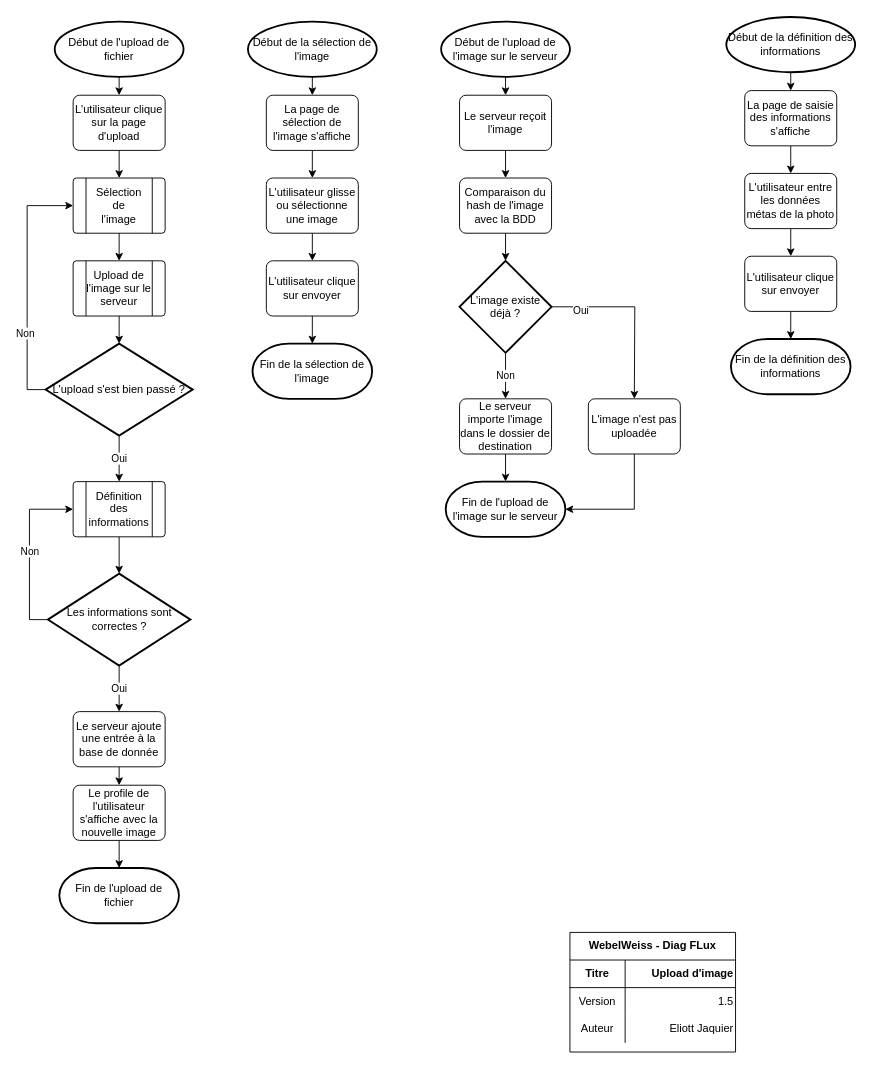
The draw.io diagram Documentation/Diagrammes/ProgWEB-CactusPic-V1.5-DiagrammesFlux.drawio in NicolasGlassey/PROJWEB_WEBELWEISS, before the edit. Source tidied: cells renumbered, new cells numbered last; positions are measured from the earlier drawing's top-left corner, leaving out a move shared by most shapes. Both pictures are drawn from the tidied source at 92%, with x=0, y=0 at pixel (45, 17).
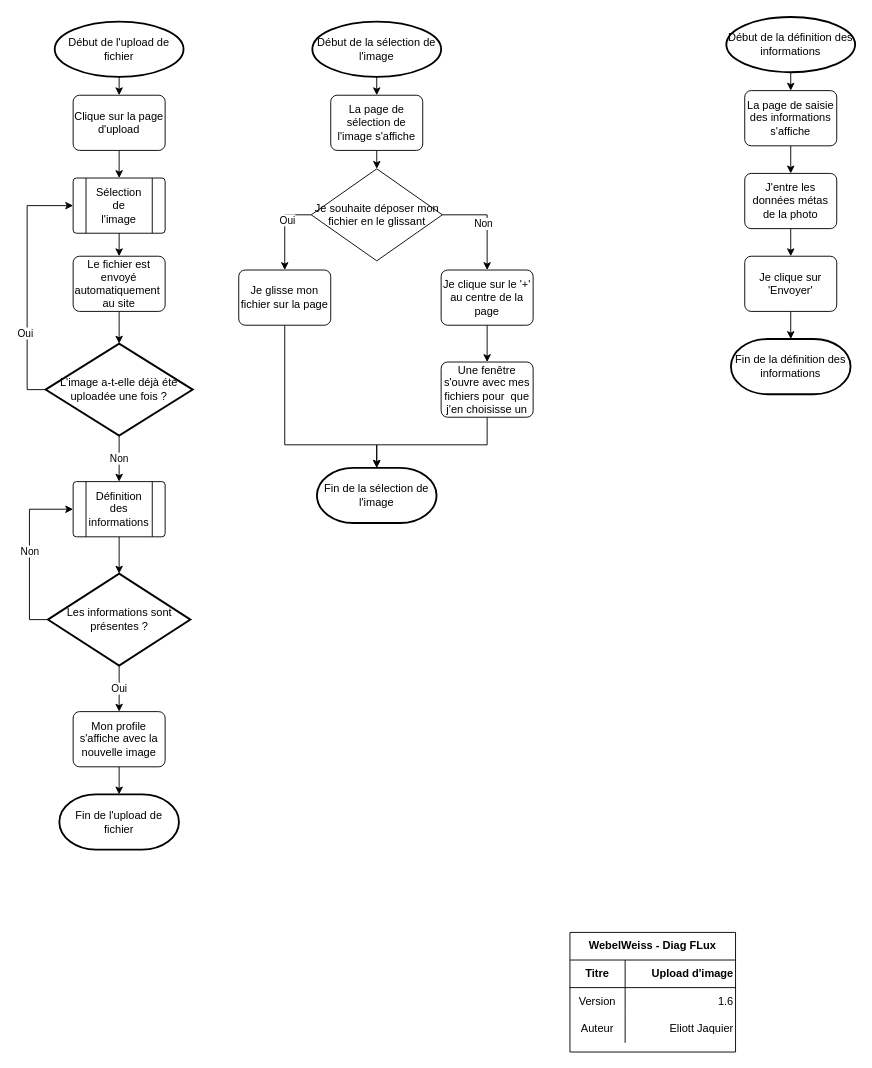
After the change.

Commit message (it also covers changes not shown here):
New flow chart for upload

The change refers to these unchanged cells:
```xml
<mxCell id="8" style="verticalLabelPosition=bottom;verticalAlign=top;html=1;shape=process;whiteSpace=wrap;rounded=1;size=0.14;arcSize=6;align=center;" parent="7" vertex="1">
  <mxGeometry width="100" height="60" as="geometry" />
</mxCell>
<mxCell id="31" style="edgeStyle=orthogonalEdgeStyle;rounded=0;jettySize=auto;html=1;exitX=0;exitY=0.5;exitDx=0;exitDy=0;exitPerimeter=0;entryX=0;entryY=0.5;entryDx=0;entryDy=0;" parent="1" edge="1" source="34" target="8">
  <mxGeometry relative="1" as="geometry" />
</mxCell>
<mxCell id="44" style="verticalLabelPosition=bottom;verticalAlign=top;html=1;shape=process;whiteSpace=wrap;rounded=1;size=0.14;arcSize=6;align=center;" parent="43" vertex="1">
  <mxGeometry width="100" height="60" as="geometry" />
</mxCell>
<mxCell id="67" style="shape=partialRectangle;html=1;whiteSpace=wrap;fillColor=none;top=0;left=0;bottom=0;right=0;" parent="63" vertex="1">
  <mxGeometry y="60" width="180" height="30" as="geometry" />
</mxCell>
```

What changed in the source:
```diff
@@
     <mxCell id="4" value="Fin de l'upload de fichier" style="strokeWidth=2;html=1;shape=mxgraph.flowchart.terminator;whiteSpace=wrap;" parent="1" vertex="1">
-      <mxGeometry x="15" y="925" width="130" height="60" as="geometry" />
+      <mxGeometry x="15" y="845" width="130" height="60" as="geometry" />
     </mxCell>
-    <mxCell id="5" style="edgeStyle=orthogonalEdgeStyle;rounded=0;jettySize=auto;html=1;exitX=0.5;exitY=1;exitDx=0;exitDy=0;entryX=0.5;entryY=0;entryDx=0;entryDy=0;" parent="1" edge="1" source="6" target="18">
-      <mxGeometry relative="1" as="geometry" />
-    </mxCell>
-    <mxCell id="6" value="L'utilisateur glisse ou sélectionne une image" style="rounded=1;whiteSpace=wrap;html=1;absoluteArcSize=1;arcSize=14;strokeWidth=1;" parent="1" vertex="1">
-      <mxGeometry x="240" y="175" width="100" height="60" as="geometry" />
-    </mxCell>
@@
     <mxCell id="11" value="Début de la sélection de l'image" style="strokeWidth=2;html=1;shape=mxgraph.flowchart.start_1;whiteSpace=wrap;" parent="1" vertex="1">
-      <mxGeometry x="220" y="5" width="140" height="60" as="geometry" />
+      <mxGeometry x="290" y="5" width="140" height="60" as="geometry" />
     </mxCell>
     <mxCell id="12" value="Fin de la sélection de l'image" style="strokeWidth=2;html=1;shape=mxgraph.flowchart.terminator;whiteSpace=wrap;" parent="1" vertex="1">
-      <mxGeometry x="225" y="355" width="130" height="60" as="geometry" />
+      <mxGeometry x="295" y="490" width="130" height="60" as="geometry" />
     </mxCell>
-    <mxCell id="13" style="edgeStyle=orthogonalEdgeStyle;rounded=0;jettySize=auto;html=1;exitX=0.5;exitY=1;exitDx=0;exitDy=0;entryX=0.5;entryY=0;entryDx=0;entryDy=0;" parent="1" edge="1" source="14" target="6">
-      <mxGeometry relative="1" as="geometry" />
-    </mxCell>
+    <mxCell id="73" style="edgeStyle=orthogonalEdgeStyle;rounded=0;jettySize=auto;html=1;exitX=0.5;exitY=1;exitDx=0;exitDy=0;entryX=0.5;entryY=0;entryDx=0;entryDy=0;" parent="1" edge="1" source="14" target="76">
+      <mxGeometry relative="1" as="geometry" />
+    </mxCell>
     <mxCell id="14" value="La page de sélection de l'image s'affiche" style="rounded=1;whiteSpace=wrap;html=1;absoluteArcSize=1;arcSize=14;strokeWidth=1;" parent="1" vertex="1">
-      <mxGeometry x="240" y="85" width="100" height="60" as="geometry" />
+      <mxGeometry x="310" y="85" width="100" height="60" as="geometry" />
     </mxCell>
@@
-    <mxCell id="16" value="L'utilisateur clique sur la page d'upload" style="rounded=1;whiteSpace=wrap;html=1;absoluteArcSize=1;arcSize=14;strokeWidth=1;" parent="1" vertex="1">
+    <mxCell id="16" value="Clique sur la page d'upload" style="rounded=1;whiteSpace=wrap;html=1;absoluteArcSize=1;arcSize=14;strokeWidth=1;" parent="1" vertex="1">
       <mxGeometry x="30" y="85" width="100" height="60" as="geometry" />
     </mxCell>
-    <mxCell id="17" style="edgeStyle=orthogonalEdgeStyle;rounded=0;jettySize=auto;html=1;exitX=0.5;exitY=1;exitDx=0;exitDy=0;entryX=0.5;entryY=0;entryDx=0;entryDy=0;entryPerimeter=0;" parent="1" edge="1" source="18" target="12">
-      <mxGeometry relative="1" as="geometry" />
-    </mxCell>
-    <mxCell id="18" value="L'utilisateur clique sur envoyer" style="rounded=1;whiteSpace=wrap;html=1;absoluteArcSize=1;arcSize=14;strokeWidth=1;" parent="1" vertex="1">
-      <mxGeometry x="240" y="265" width="100" height="60" as="geometry" />
-    </mxCell>
-    <mxCell id="19" style="group;" parent="1" vertex="1">
-      <mxGeometry x="30" y="265" width="100" height="60" as="geometry" />
-    </mxCell>
-    <mxCell id="20" style="verticalLabelPosition=bottom;verticalAlign=top;html=1;shape=process;whiteSpace=wrap;rounded=1;size=0.14;arcSize=6;align=center;" parent="19" vertex="1">
-      <mxGeometry width="100" height="60" as="geometry" />
-    </mxCell>
-    <mxCell id="21" value="Upload de l'image sur le serveur" style="text;html=1;strokeColor=none;fillColor=none;align=center;verticalAlign=middle;whiteSpace=wrap;rounded=0;" parent="19" vertex="1">
-      <mxGeometry x="10" y="20" width="80" height="20" as="geometry" />
-    </mxCell>
-    <mxCell id="22" style="edgeStyle=orthogonalEdgeStyle;rounded=0;jettySize=auto;html=1;exitX=0.5;exitY=1;exitDx=0;exitDy=0;entryX=0.5;entryY=0;entryDx=0;entryDy=0;entryPerimeter=0;" parent="1" edge="1" source="23" target="40">
-      <mxGeometry relative="1" as="geometry" />
-    </mxCell>
-    <mxCell id="23" value="Comparaison du hash de l'image avec la BDD" style="rounded=1;whiteSpace=wrap;html=1;absoluteArcSize=1;arcSize=14;strokeWidth=1;" parent="1" vertex="1">
-      <mxGeometry x="450" y="175" width="100" height="60" as="geometry" />
-    </mxCell>
-    <mxCell id="24" style="edgeStyle=orthogonalEdgeStyle;rounded=0;jettySize=auto;html=1;exitX=0.5;exitY=1;exitDx=0;exitDy=0;exitPerimeter=0;entryX=0.5;entryY=0;entryDx=0;entryDy=0;" parent="1" edge="1" source="25" target="28">
-      <mxGeometry relative="1" as="geometry" />
-    </mxCell>
-    <mxCell id="25" value="Début de l'upload de l'image sur le serveur" style="strokeWidth=2;html=1;shape=mxgraph.flowchart.start_1;whiteSpace=wrap;" parent="1" vertex="1">
-      <mxGeometry x="430" y="5" width="140" height="60" as="geometry" />
-    </mxCell>
-    <mxCell id="26" value="Fin de l'upload de l'image sur le serveur" style="strokeWidth=2;html=1;shape=mxgraph.flowchart.terminator;whiteSpace=wrap;" parent="1" vertex="1">
-      <mxGeometry x="435" y="505" width="130" height="60" as="geometry" />
-    </mxCell>
-    <mxCell id="27" style="edgeStyle=orthogonalEdgeStyle;rounded=0;jettySize=auto;html=1;exitX=0.5;exitY=1;exitDx=0;exitDy=0;entryX=0.5;entryY=0;entryDx=0;entryDy=0;" parent="1" edge="1" source="28" target="23">
-      <mxGeometry relative="1" as="geometry" />
-    </mxCell>
-    <mxCell id="28" value="Le serveur reçoit l'image" style="rounded=1;whiteSpace=wrap;html=1;absoluteArcSize=1;arcSize=14;strokeWidth=1;" parent="1" vertex="1">
-      <mxGeometry x="450" y="85" width="100" height="60" as="geometry" />
-    </mxCell>
-    <mxCell id="29" style="edgeStyle=orthogonalEdgeStyle;rounded=0;jettySize=auto;html=1;exitX=0.5;exitY=1;exitDx=0;exitDy=0;entryX=0.5;entryY=0;entryDx=0;entryDy=0;entryPerimeter=0;" parent="1" edge="1" source="30" target="26">
-      <mxGeometry relative="1" as="geometry" />
-    </mxCell>
-    <mxCell id="30" value="Le serveur importe l'image dans le dossier de destination" style="rounded=1;whiteSpace=wrap;html=1;absoluteArcSize=1;arcSize=14;strokeWidth=1;" parent="1" vertex="1">
-      <mxGeometry x="450" y="415" width="100" height="60" as="geometry" />
-    </mxCell>
@@
-    <mxCell id="32" value="Non" style="edgeLabel;html=1;align=center;verticalAlign=middle;" parent="31" vertex="1">
+    <mxCell id="32" value="Oui" style="edgeLabel;html=1;align=center;verticalAlign=middle;" parent="31" vertex="1">
       <mxGeometry x="-0.39" y="3" relative="1" as="geometry" />
     </mxCell>
-    <mxCell id="33" value="Oui" style="edgeStyle=orthogonalEdgeStyle;rounded=0;jettySize=auto;html=1;exitX=0.5;exitY=1;exitDx=0;exitDy=0;exitPerimeter=0;entryX=0.5;entryY=0;entryDx=0;entryDy=0;" parent="1" edge="1" source="34" target="44">
+    <mxCell id="33" value="Non" style="edgeStyle=orthogonalEdgeStyle;rounded=0;jettySize=auto;html=1;exitX=0.5;exitY=1;exitDx=0;exitDy=0;exitPerimeter=0;entryX=0.5;entryY=0;entryDx=0;entryDy=0;" parent="1" edge="1" source="34" target="44">
       <mxGeometry relative="1" as="geometry" />
     </mxCell>
-    <mxCell id="34" value="L'upload s'est bien passé ?" style="strokeWidth=2;html=1;shape=mxgraph.flowchart.decision;whiteSpace=wrap;" parent="1" vertex="1">
+    <mxCell id="34" value="L'image a-t-elle déjà été uploadée une fois ?" style="strokeWidth=2;html=1;shape=mxgraph.flowchart.decision;whiteSpace=wrap;" parent="1" vertex="1">
       <mxGeometry y="355" width="160" height="100" as="geometry" />
     </mxCell>
-    <mxCell id="35" style="edgeStyle=orthogonalEdgeStyle;rounded=0;jettySize=auto;html=1;exitX=0.5;exitY=1;exitDx=0;exitDy=0;entryX=0.5;entryY=0;entryDx=0;entryDy=0;" parent="1" edge="1" source="8" target="20">
-      <mxGeometry relative="1" as="geometry" />
-    </mxCell>
-    <mxCell id="36" style="edgeStyle=orthogonalEdgeStyle;rounded=0;jettySize=auto;html=1;exitX=0.5;exitY=1;exitDx=0;exitDy=0;entryX=0.5;entryY=0;entryDx=0;entryDy=0;entryPerimeter=0;" parent="1" edge="1" source="20" target="34">
-      <mxGeometry relative="1" as="geometry" />
-    </mxCell>
-    <mxCell id="37" value="Non" style="edgeStyle=orthogonalEdgeStyle;rounded=0;jettySize=auto;html=1;exitX=0.5;exitY=1;exitDx=0;exitDy=0;exitPerimeter=0;entryX=0.5;entryY=0;entryDx=0;entryDy=0;" parent="1" edge="1" source="40" target="30">
-      <mxGeometry relative="1" as="geometry" />
-    </mxCell>
-    <mxCell id="38" style="edgeStyle=orthogonalEdgeStyle;rounded=0;jettySize=auto;html=1;exitX=1;exitY=0.5;exitDx=0;exitDy=0;exitPerimeter=0;" parent="1" edge="1" source="40">
-      <mxGeometry relative="1" as="geometry">
-        <mxPoint x="640" y="415" as="targetPoint" />
-      </mxGeometry>
-    </mxCell>
-    <mxCell id="39" value="Oui" style="edgeLabel;html=1;align=center;verticalAlign=middle;" parent="38" vertex="1">
-      <mxGeometry x="-0.67" y="-3" relative="1" as="geometry" />
-    </mxCell>
-    <mxCell id="40" value="L'image existe déjà ?" style="strokeWidth=2;html=1;shape=mxgraph.flowchart.decision;whiteSpace=wrap;" parent="1" vertex="1">
-      <mxGeometry x="450" y="265" width="100" height="100" as="geometry" />
-    </mxCell>
-    <mxCell id="41" style="edgeStyle=orthogonalEdgeStyle;rounded=0;jettySize=auto;html=1;exitX=0.5;exitY=1;exitDx=0;exitDy=0;entryX=1;entryY=0.5;entryDx=0;entryDy=0;entryPerimeter=0;" parent="1" edge="1" source="42" target="26">
-      <mxGeometry relative="1" as="geometry" />
-    </mxCell>
-    <mxCell id="42" value="L'image n'est pas uploadée" style="rounded=1;whiteSpace=wrap;html=1;absoluteArcSize=1;arcSize=14;strokeWidth=1;" parent="1" vertex="1">
-      <mxGeometry x="590" y="415" width="100" height="60" as="geometry" />
-    </mxCell>
@@
-    <mxCell id="47" value="L'utilisateur entre les données métas de la photo" style="rounded=1;whiteSpace=wrap;html=1;absoluteArcSize=1;arcSize=14;strokeWidth=1;" parent="1" vertex="1">
+    <mxCell id="47" value="J'entre les données métas de la photo" style="rounded=1;whiteSpace=wrap;html=1;absoluteArcSize=1;arcSize=14;strokeWidth=1;" parent="1" vertex="1">
       <mxGeometry x="760" y="170" width="100" height="60" as="geometry" />
     </mxCell>
@@
-    <mxCell id="54" value="L'utilisateur clique sur envoyer" style="rounded=1;whiteSpace=wrap;html=1;absoluteArcSize=1;arcSize=14;strokeWidth=1;" parent="1" vertex="1">
+    <mxCell id="54" value="Je clique sur 'Envoyer'" style="rounded=1;whiteSpace=wrap;html=1;absoluteArcSize=1;arcSize=14;strokeWidth=1;" parent="1" vertex="1">
       <mxGeometry x="760" y="260" width="100" height="60" as="geometry" />
     </mxCell>
-    <mxCell id="55" style="edgeStyle=orthogonalEdgeStyle;rounded=0;jettySize=auto;html=1;exitX=0.5;exitY=1;exitDx=0;exitDy=0;entryX=0.5;entryY=0;entryDx=0;entryDy=0;" parent="1" edge="1" source="56" target="62">
-      <mxGeometry relative="1" as="geometry" />
+    <mxCell id="55" style="edgeStyle=orthogonalEdgeStyle;rounded=0;jettySize=auto;html=1;exitX=0.5;exitY=1;exitDx=0;exitDy=0;" parent="1" edge="1" source="56">
+      <mxGeometry relative="1" as="geometry">
+        <mxPoint x="80" y="845" as="targetPoint" />
+      </mxGeometry>
     </mxCell>
-    <mxCell id="56" value="Le serveur ajoute une entrée à la base de donnée" style="rounded=1;whiteSpace=wrap;html=1;absoluteArcSize=1;arcSize=14;strokeWidth=1;" parent="1" vertex="1">
+    <mxCell id="56" value="Mon profile s'affiche avec la nouvelle image" style="rounded=1;whiteSpace=wrap;html=1;absoluteArcSize=1;arcSize=14;strokeWidth=1;" parent="1" vertex="1">
       <mxGeometry x="30" y="755" width="100" height="60" as="geometry" />
     </mxCell>
@@
-    <mxCell id="59" value="Les informations sont correctes ?" style="strokeWidth=2;html=1;shape=mxgraph.flowchart.decision;whiteSpace=wrap;" parent="1" vertex="1">
+    <mxCell id="59" value="Les informations sont présentes ?" style="strokeWidth=2;html=1;shape=mxgraph.flowchart.decision;whiteSpace=wrap;" parent="1" vertex="1">
       <mxGeometry x="2.5" y="605" width="155" height="100" as="geometry" />
     </mxCell>
@@
-    <mxCell id="61" style="edgeStyle=orthogonalEdgeStyle;rounded=0;jettySize=auto;html=1;exitX=0.5;exitY=1;exitDx=0;exitDy=0;entryX=0.5;entryY=0;entryDx=0;entryDy=0;entryPerimeter=0;" parent="1" edge="1" source="62" target="4">
-      <mxGeometry relative="1" as="geometry" />
-    </mxCell>
-    <mxCell id="62" value="Le profile de l'utilisateur s'affiche avec la nouvelle image" style="rounded=1;whiteSpace=wrap;html=1;absoluteArcSize=1;arcSize=14;strokeWidth=1;" parent="1" vertex="1">
-      <mxGeometry x="30" y="835" width="100" height="60" as="geometry" />
-    </mxCell>
@@
-    <mxCell id="69" value="1.5" style="shape=partialRectangle;html=1;whiteSpace=wrap;fillColor=none;top=0;left=0;bottom=0;right=0;align=right;spacingLeft=6;overflow=hidden;" parent="67" vertex="1">
+    <mxCell id="69" value="1.6" style="shape=partialRectangle;html=1;whiteSpace=wrap;fillColor=none;top=0;left=0;bottom=0;right=0;align=right;spacingLeft=6;overflow=hidden;" parent="67" vertex="1">
       <mxGeometry x="60" width="120" height="30" as="geometry" />
     </mxCell>
@@
+    <mxCell id="74" style="edgeStyle=orthogonalEdgeStyle;rounded=0;jettySize=auto;html=1;exitX=0;exitY=0.5;exitDx=0;exitDy=0;entryX=0.5;entryY=0;entryDx=0;entryDy=0;" parent="1" edge="1" source="76" target="78">
+      <mxGeometry relative="1" as="geometry" />
+    </mxCell>
+    <mxCell id="39" value="Oui" style="edgeLabel;html=1;align=center;verticalAlign=middle;" parent="74" vertex="1">
+      <mxGeometry x="-0.24" y="2" relative="1" as="geometry" />
+    </mxCell>
+    <mxCell id="75" style="edgeStyle=orthogonalEdgeStyle;rounded=0;jettySize=auto;html=1;exitX=1;exitY=0.5;exitDx=0;exitDy=0;entryX=0.5;entryY=0;entryDx=0;entryDy=0;" parent="1" edge="1" source="76" target="80">
+      <mxGeometry relative="1" as="geometry" />
+    </mxCell>
+    <mxCell id="37" value="Non" style="edgeLabel;html=1;align=center;verticalAlign=middle;" parent="75" vertex="1">
+      <mxGeometry x="0.06" y="-5" relative="1" as="geometry" />
+    </mxCell>
+    <mxCell id="76" value="Je souhaite déposer mon fichier en le glissant" style="rhombus;whiteSpace=wrap;html=1;" parent="1" vertex="1">
+      <mxGeometry x="288.8" y="165" width="142.5" height="100" as="geometry" />
+    </mxCell>
+    <mxCell id="77" style="edgeStyle=orthogonalEdgeStyle;rounded=0;jettySize=auto;html=1;exitX=0.5;exitY=1;exitDx=0;exitDy=0;entryX=0.5;entryY=0;entryDx=0;entryDy=0;entryPerimeter=0;" parent="1" edge="1" source="78" target="12">
+      <mxGeometry relative="1" as="geometry">
+        <Array as="points">
+          <mxPoint x="260" y="465" />
+          <mxPoint x="360" y="465" />
+        </Array>
+      </mxGeometry>
+    </mxCell>
+    <mxCell id="78" value="Je glisse mon fichier sur la page" style="rounded=1;whiteSpace=wrap;html=1;absoluteArcSize=1;arcSize=14;strokeWidth=1;" parent="1" vertex="1">
+      <mxGeometry x="210" y="275" width="100" height="60" as="geometry" />
+    </mxCell>
+    <mxCell id="79" style="edgeStyle=orthogonalEdgeStyle;rounded=0;jettySize=auto;html=1;exitX=0.5;exitY=1;exitDx=0;exitDy=0;entryX=0.5;entryY=0;entryDx=0;entryDy=0;" parent="1" edge="1" source="80" target="82">
+      <mxGeometry relative="1" as="geometry" />
+    </mxCell>
+    <mxCell id="80" value="Je clique sur le '+' au centre de la page" style="rounded=1;whiteSpace=wrap;html=1;absoluteArcSize=1;arcSize=14;strokeWidth=1;" parent="1" vertex="1">
+      <mxGeometry x="430" y="275" width="100" height="60" as="geometry" />
+    </mxCell>
+    <mxCell id="81" style="edgeStyle=orthogonalEdgeStyle;rounded=0;jettySize=auto;html=1;exitX=0.5;exitY=1;exitDx=0;exitDy=0;entryX=0.5;entryY=0;entryDx=0;entryDy=0;entryPerimeter=0;" parent="1" edge="1" source="82" target="12">
+      <mxGeometry relative="1" as="geometry">
+        <Array as="points">
+          <mxPoint x="480" y="465" />
+          <mxPoint x="360" y="465" />
+        </Array>
+      </mxGeometry>
+    </mxCell>
+    <mxCell id="82" value="Une fenêtre s'ouvre avec mes fichiers pour&amp;nbsp; que j'en choisisse un" style="rounded=1;whiteSpace=wrap;html=1;absoluteArcSize=1;arcSize=14;strokeWidth=1;" parent="1" vertex="1">
+      <mxGeometry x="430" y="375" width="100" height="60" as="geometry" />
+    </mxCell>
+    <mxCell id="83" style="edgeStyle=orthogonalEdgeStyle;rounded=0;jettySize=auto;html=1;exitX=0.5;exitY=1;exitDx=0;exitDy=0;entryX=0.5;entryY=0;entryDx=0;entryDy=0;entryPerimeter=0;" parent="1" edge="1" source="84" target="34">
+      <mxGeometry relative="1" as="geometry" />
+    </mxCell>
+    <mxCell id="84" value="Le fichier est envoyé automatiquement&amp;nbsp; au site" style="rounded=1;whiteSpace=wrap;html=1;absoluteArcSize=1;arcSize=14;strokeWidth=1;" parent="1" vertex="1">
+      <mxGeometry x="30" y="260" width="100" height="60" as="geometry" />
+    </mxCell>
+    <mxCell id="85" style="edgeStyle=orthogonalEdgeStyle;rounded=0;jettySize=auto;html=1;exitX=0.5;exitY=1;exitDx=0;exitDy=0;entryX=0.5;entryY=0;entryDx=0;entryDy=0;" parent="1" edge="1" source="8" target="84">
+      <mxGeometry relative="1" as="geometry" />
+    </mxCell>
```
